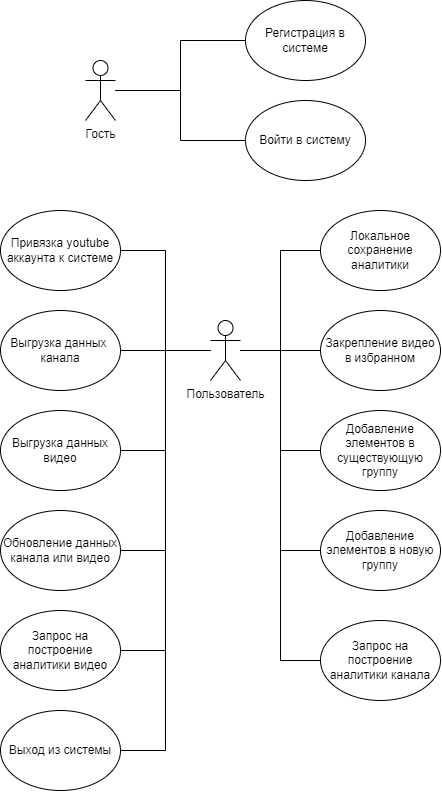
Hembos/YoutubeAnalytics keeps this draw.io diagram as docs/images/UseCase.png. Above is the earlier version. Source tidied: cells renumbered, new cells last; positions are measured from the earlier drawing's top-left corner, leaving out a move shared by most shapes.
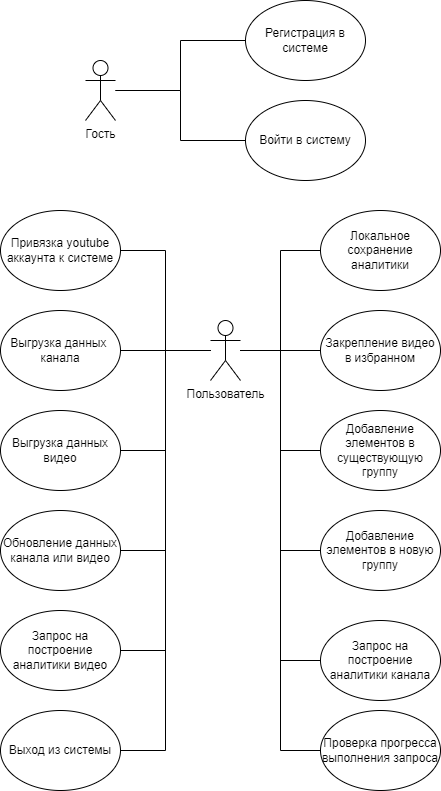
The same file after the commit.

Diff of the diagram source:
```diff
@@ -44,6 +44,9 @@
     <mxCell id="15" style="edgeStyle=orthogonalEdgeStyle;rounded=0;jettySize=auto;html=1;entryX=0;entryY=0.5;entryDx=0;entryDy=0;endArrow=none;endFill=0;" parent="1" edge="1" source="16" target="29">
       <mxGeometry relative="1" as="geometry" />
     </mxCell>
+    <mxCell id="30" style="edgeStyle=orthogonalEdgeStyle;rounded=0;jettySize=auto;html=1;entryX=0;entryY=0.5;entryDx=0;entryDy=0;endArrow=none;endFill=0;" parent="1" edge="1" source="16" target="31">
+      <mxGeometry relative="1" as="geometry" />
+    </mxCell>
     <mxCell id="16" value="Пользователь" style="shape=umlActor;verticalLabelPosition=bottom;verticalAlign=top;html=1;outlineConnect=0;" parent="1" vertex="1">
       <mxGeometry x="210" y="320" width="30" height="60" as="geometry" />
     </mxCell>
@@ -86,5 +89,8 @@
     <mxCell id="29" value="Добавление элементов в новую группу" style="ellipse;whiteSpace=wrap;html=1;" parent="1" vertex="1">
       <mxGeometry x="320" y="510" width="120" height="80" as="geometry" />
     </mxCell>
+    <mxCell id="31" value="Проверка прогресса выполнения запроса" style="ellipse;whiteSpace=wrap;html=1;" parent="1" vertex="1">
+      <mxGeometry x="320" y="710" width="120" height="80" as="geometry" />
+    </mxCell>
   </root>
 </mxGraphModel>
```
